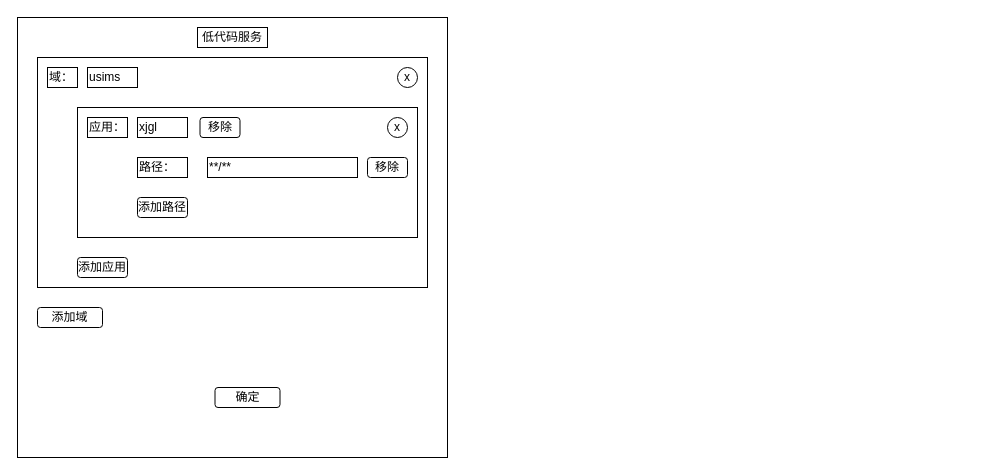
This is page "第 1 页" (1 of 4) of 未命名绘图.drawio from ProgrammerLZ/drawio, a draw.io file, before an edit. Source tidied: cells renumbered, new cells numbered last; positions are measured from the earlier drawing's top-left corner, leaving out a move shared by most shapes. Both pictures are drawn from the tidied source at 100%, with x=0, y=0 at pixel (17, 17).
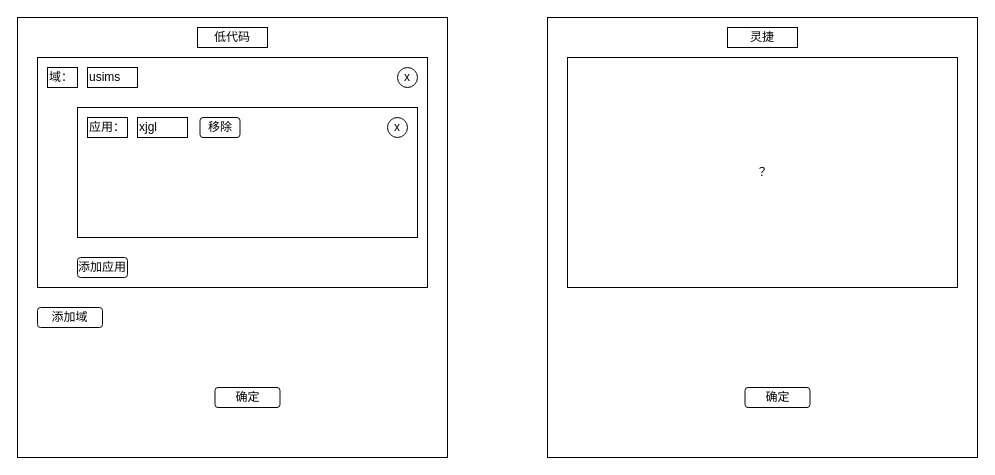
Above is the later version.

Commit message:
更新未命名绘图.drawio

Diff of the diagram source:
```diff
@@
-    <mxCell id="5" value="低代码服务" style="rounded=0;whiteSpace=wrap;html=1;" parent="1" vertex="1">
+    <mxCell id="5" value="低代码" style="rounded=0;whiteSpace=wrap;html=1;" parent="1" vertex="1">
       <mxGeometry x="180" y="10" width="70" height="20" as="geometry" />
     </mxCell>
-    <mxCell id="6" value="路径：" style="rounded=0;whiteSpace=wrap;html=1;align=left;" parent="1" vertex="1">
-      <mxGeometry x="120" y="140" width="50" height="20" as="geometry" />
-    </mxCell>
-    <mxCell id="7" value="**/**" style="rounded=0;whiteSpace=wrap;html=1;align=left;" parent="1" vertex="1">
-      <mxGeometry x="190" y="140" width="150" height="20" as="geometry" />
-    </mxCell>
@@
-    <mxCell id="15" value="移除" style="rounded=1;whiteSpace=wrap;html=1;" parent="1" vertex="1">
-      <mxGeometry x="350" y="140" width="40" height="20" as="geometry" />
-    </mxCell>
@@
-    <mxCell id="18" value="添加路径" style="rounded=1;whiteSpace=wrap;html=1;" parent="1" vertex="1">
-      <mxGeometry x="120" y="180" width="50" height="20" as="geometry" />
-    </mxCell>
@@
+    <mxCell id="20" style="rounded=0;whiteSpace=wrap;html=1;" parent="1" vertex="1">
+      <mxGeometry x="530" width="430" height="440" as="geometry" />
+    </mxCell>
+    <mxCell id="21" value="灵捷" style="rounded=0;whiteSpace=wrap;html=1;" parent="1" vertex="1">
+      <mxGeometry x="710" y="10" width="70" height="20" as="geometry" />
+    </mxCell>
+    <mxCell id="22" style="rounded=0;whiteSpace=wrap;html=1;" parent="1" vertex="1">
+      <mxGeometry x="550" y="40" width="390" height="230" as="geometry" />
+    </mxCell>
+    <mxCell id="23" value="确定" style="rounded=1;whiteSpace=wrap;html=1;" parent="1" vertex="1">
+      <mxGeometry x="727.5" y="370" width="65" height="20" as="geometry" />
+    </mxCell>
+    <mxCell id="24" value="？" style="rounded=0;whiteSpace=wrap;html=1;" parent="1" vertex="1">
+      <mxGeometry x="550" y="40" width="390" height="230" as="geometry" />
+    </mxCell>
```
